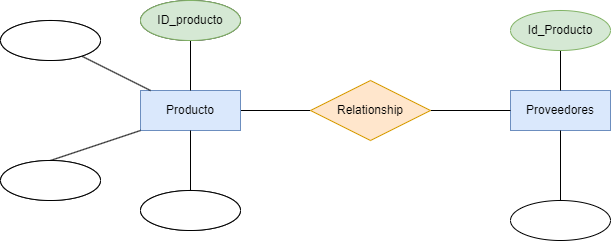
The draw.io diagram ejercicio6/images/ejercicio1.drawio.png in SaulHdez93/BAE, before a commit. Source tidied: cells renumbered, new cells last; positions are measured from the earlier drawing's top-left corner, leaving out a move shared by most shapes.
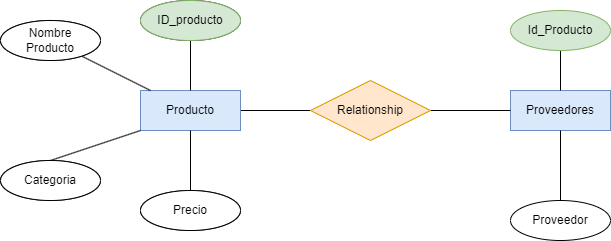
Above is the later version.

The edit, as a diff of the source:
```diff
@@ -65,19 +65,19 @@
     <mxCell id="20" style="edgeStyle=none;html=1;fontColor=#FFFFFF;endArrow=none;endFill=0;" parent="1" edge="1" source="21" target="5">
       <mxGeometry relative="1" as="geometry" />
     </mxCell>
-    <mxCell id="21" value="Proveedor" style="ellipse;whiteSpace=wrap;html=1;align=center;fontColor=#FFFFFF;" parent="1" vertex="1">
+    <mxCell id="21" value="Proveedor" style="ellipse;whiteSpace=wrap;html=1;align=center;fontColor=#000000;" parent="1" vertex="1">
       <mxGeometry x="510" y="200" width="100" height="40" as="geometry" />
     </mxCell>
     <mxCell id="22" value="ID_producto" style="ellipse;whiteSpace=wrap;html=1;align=center;fillColor=#d5e8d4;strokeColor=#82b366;fontColor=#000000;" parent="1" vertex="1">
       <mxGeometry x="140" width="100" height="40" as="geometry" />
     </mxCell>
-    <mxCell id="23" value="Nombre&lt;br&gt;Producto" style="ellipse;whiteSpace=wrap;html=1;align=center;fontColor=#FFFFFF;" parent="1" vertex="1">
+    <mxCell id="23" value="Nombre&lt;br&gt;Producto" style="ellipse;whiteSpace=wrap;html=1;align=center;fontColor=#000000;" parent="1" vertex="1">
       <mxGeometry y="20" width="100" height="40" as="geometry" />
     </mxCell>
-    <mxCell id="24" value="Categoria" style="ellipse;whiteSpace=wrap;html=1;align=center;fontColor=#FFFFFF;" parent="1" vertex="1">
+    <mxCell id="24" value="Categoria" style="ellipse;whiteSpace=wrap;html=1;align=center;fontColor=#000000;" parent="1" vertex="1">
       <mxGeometry y="160" width="100" height="40" as="geometry" />
     </mxCell>
-    <mxCell id="25" value="Precio" style="ellipse;whiteSpace=wrap;html=1;align=center;fontColor=#FFFFFF;" parent="1" vertex="1">
+    <mxCell id="25" value="Precio" style="ellipse;whiteSpace=wrap;html=1;align=center;fontColor=#000000;" parent="1" vertex="1">
       <mxGeometry x="140" y="190" width="100" height="40" as="geometry" />
     </mxCell>
   </root>
```
